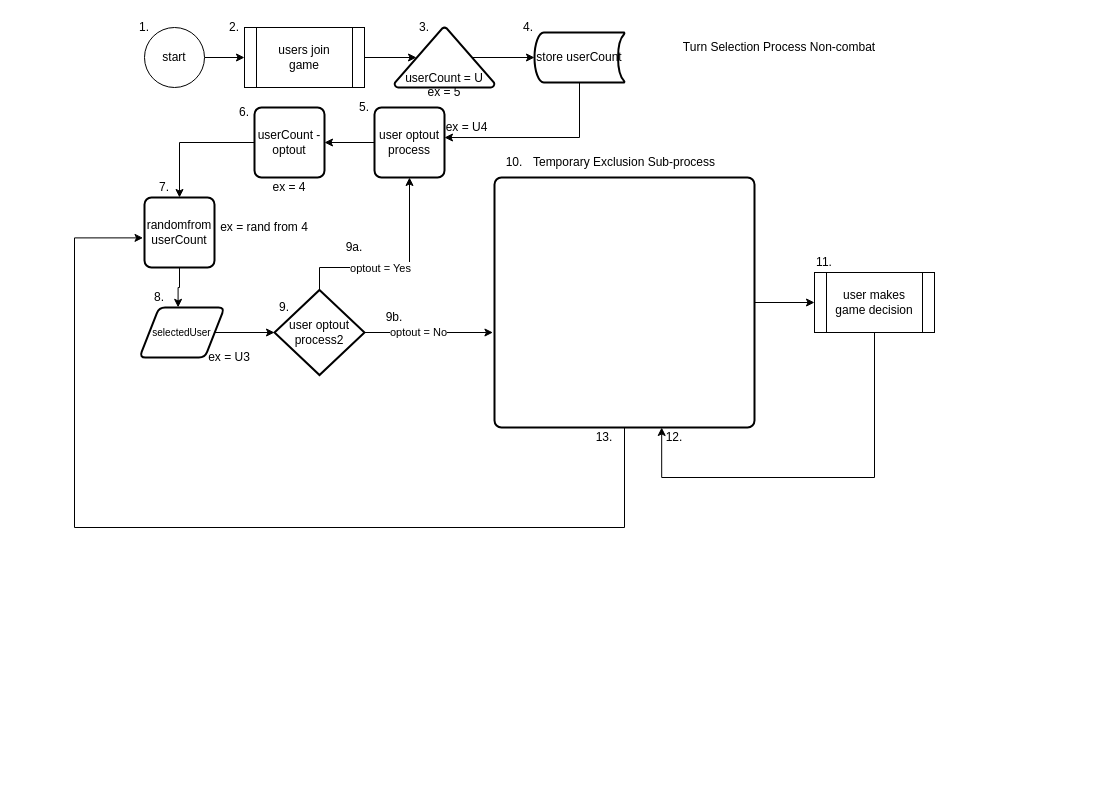
Above: Wireframes/project ilmatar phase2 flowChart turnSelectionProcessNoncombat 20201107.drawio in RPG-Research/bcirpg (draw.io), before the change. Source tidied: cells renumbered, new cells numbered last; positions are measured from the earlier drawing's top-left corner, leaving out a move shared by most shapes. Both pictures are drawn from the tidied source at 100%, with x=0, y=0 at pixel (74, 17).
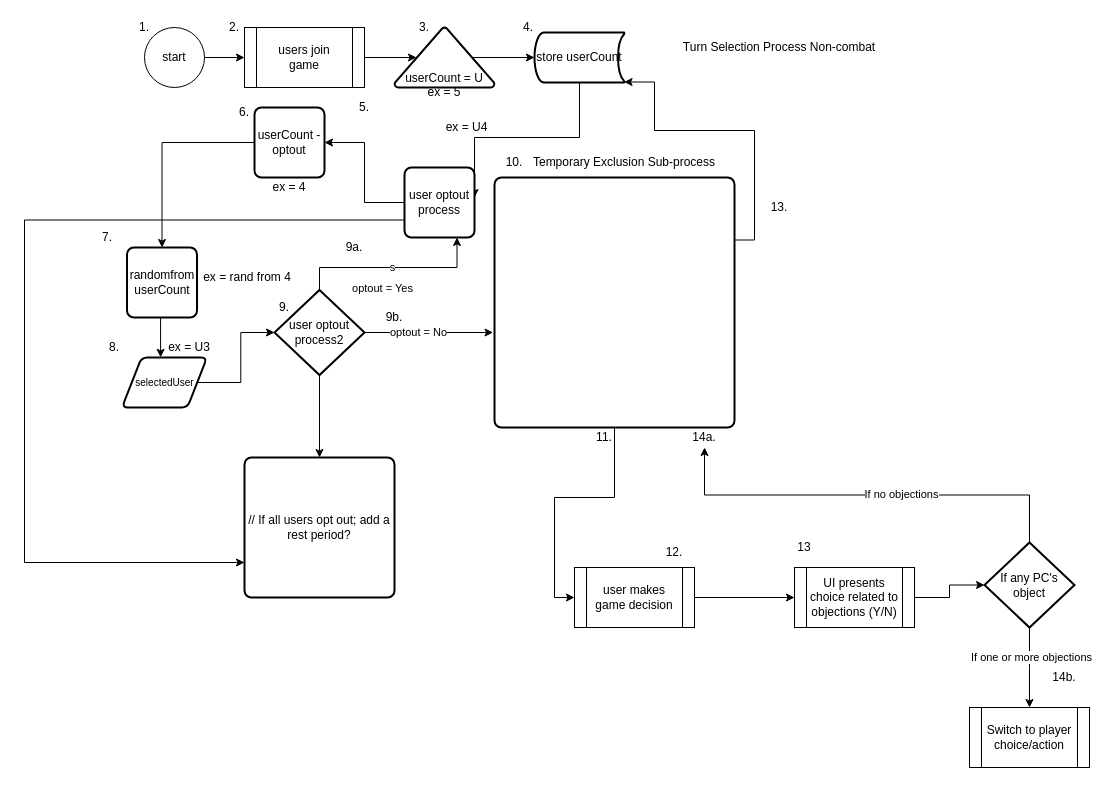
The same diagram, later.

Unchanged cells that the change refers to:
```xml
<mxCell id="8" value="store userCount" style="strokeWidth=2;html=1;shape=mxgraph.flowchart.stored_data;whiteSpace=wrap;" parent="1" vertex="1">
  <mxGeometry x="460" y="15" width="90" height="50" as="geometry" />
</mxCell>
<mxCell id="32" value="user optout process2" style="strokeWidth=2;html=1;shape=mxgraph.flowchart.decision;whiteSpace=wrap;" parent="1" vertex="1">
  <mxGeometry x="200" y="272.5" width="90" height="85" as="geometry" />
</mxCell>
```

Change to the diagram source:
```diff
@@
     <mxCell id="12" value="randomfrom userCount" style="rounded=1;whiteSpace=wrap;html=1;absoluteArcSize=1;arcSize=14;strokeWidth=2;" parent="1" vertex="1">
-      <mxGeometry x="70" y="180" width="70" height="70" as="geometry" />
+      <mxGeometry x="52.5" y="230" width="70" height="70" as="geometry" />
     </mxCell>
@@
-    <mxCell id="14" style="edgeStyle=orthogonalEdgeStyle;rounded=0;jettySize=auto;html=1;entryX=-0.021;entryY=0.577;entryDx=0;entryDy=0;entryPerimeter=0;" parent="1" edge="1" source="15" target="12">
-      <mxGeometry relative="1" as="geometry">
-        <Array as="points">
-          <mxPoint x="550" y="510" />
-          <mxPoint y="510" />
-          <mxPoint y="220" />
-        </Array>
-      </mxGeometry>
-    </mxCell>
+    <mxCell id="50" style="edgeStyle=orthogonalEdgeStyle;rounded=0;jettySize=auto;html=1;exitX=1;exitY=0.25;exitDx=0;exitDy=0;entryX=0.995;entryY=0.99;entryDx=0;entryDy=0;entryPerimeter=0;" parent="1" edge="1" source="15" target="8">
+      <mxGeometry relative="1" as="geometry">
+        <Array as="points">
+          <mxPoint x="680" y="223" />
+          <mxPoint x="680" y="113" />
+          <mxPoint x="580" y="113" />
+          <mxPoint x="580" y="65" />
+        </Array>
+      </mxGeometry>
+    </mxCell>
     <mxCell id="15" style="rounded=1;whiteSpace=wrap;html=1;absoluteArcSize=1;arcSize=14;strokeWidth=2;" parent="1" vertex="1">
-      <mxGeometry x="420" y="160" width="260" height="250" as="geometry" />
+      <mxGeometry x="420" y="160" width="240" height="250" as="geometry" />
     </mxCell>
@@
     <mxCell id="18" value="&lt;div style=&quot;font-size: 10px&quot;&gt;&lt;font style=&quot;font-size: 10px&quot;&gt;selectedUser&lt;/font&gt;&lt;/div&gt;" style="shape=parallelogram;html=1;strokeWidth=2;perimeter=parallelogramPerimeter;whiteSpace=wrap;rounded=1;arcSize=12;size=0.23;" parent="1" vertex="1">
-      <mxGeometry x="65" y="290" width="85" height="50" as="geometry" />
+      <mxGeometry x="47.5" y="340" width="85" height="50" as="geometry" />
     </mxCell>
     <mxCell id="19" value="ex = U3" style="text;html=1;strokeColor=none;fillColor=none;align=center;verticalAlign=middle;whiteSpace=wrap;rounded=0;" parent="1" vertex="1">
-      <mxGeometry x="130" y="330" width="50" height="20" as="geometry" />
+      <mxGeometry x="90" y="320" width="50" height="20" as="geometry" />
     </mxCell>
@@
+    <mxCell id="51" style="edgeStyle=orthogonalEdgeStyle;rounded=0;jettySize=auto;html=1;entryX=0;entryY=0.75;entryDx=0;entryDy=0;exitX=0;exitY=0.75;exitDx=0;exitDy=0;" parent="1" edge="1" source="22" target="54">
+      <mxGeometry relative="1" as="geometry">
+        <Array as="points">
+          <mxPoint x="-50" y="203" />
+          <mxPoint x="-50" y="545" />
+        </Array>
+      </mxGeometry>
+    </mxCell>
     <mxCell id="22" value="user optout process" style="rounded=1;whiteSpace=wrap;html=1;absoluteArcSize=1;arcSize=14;strokeWidth=2;" parent="1" vertex="1">
-      <mxGeometry x="300" y="90" width="70" height="70" as="geometry" />
+      <mxGeometry x="330" y="150" width="70" height="70" as="geometry" />
     </mxCell>
@@
     <mxCell id="27" value="ex = rand from 4" style="text;html=1;strokeColor=none;fillColor=none;align=center;verticalAlign=middle;whiteSpace=wrap;rounded=0;" parent="1" vertex="1">
-      <mxGeometry x="140" y="200" width="100" height="20" as="geometry" />
+      <mxGeometry x="122.5" y="250" width="100" height="20" as="geometry" />
     </mxCell>
-    <mxCell id="28" style="edgeStyle=orthogonalEdgeStyle;rounded=0;jettySize=auto;html=1;entryX=0.5;entryY=1;entryDx=0;entryDy=0;" parent="1" edge="1" source="32" target="22">
+    <mxCell id="28" value="s" style="edgeStyle=orthogonalEdgeStyle;rounded=0;jettySize=auto;html=1;entryX=0.75;entryY=1;entryDx=0;entryDy=0;" parent="1" edge="1" source="32" target="22">
       <mxGeometry relative="1" as="geometry">
         <Array as="points">
           <mxPoint x="245" y="250" />
-          <mxPoint x="335" y="250" />
+          <mxPoint x="383" y="250" />
         </Array>
       </mxGeometry>
     </mxCell>
     <mxCell id="29" value="optout = Yes" style="edgeLabel;html=1;align=center;verticalAlign=middle;" parent="28" vertex="1">
-      <mxGeometry x="-0.18" relative="1" as="geometry" />
+      <mxGeometry x="-0.18" relative="1" as="geometry">
+        <mxPoint x="6.5" y="20" as="offset" />
+      </mxGeometry>
     </mxCell>
@@
+    <mxCell id="52" style="edgeStyle=orthogonalEdgeStyle;rounded=0;jettySize=auto;html=1;exitX=0.5;exitY=1;exitDx=0;exitDy=0;exitPerimeter=0;entryX=0.5;entryY=0;entryDx=0;entryDy=0;" parent="1" edge="1" source="32" target="54">
+      <mxGeometry relative="1" as="geometry" />
+    </mxCell>
@@
-    <mxCell id="33" style="edgeStyle=orthogonalEdgeStyle;rounded=0;jettySize=auto;html=1;entryX=0.643;entryY=1;entryDx=0;entryDy=0;entryPerimeter=0;" parent="1" edge="1" source="34" target="15">
-      <mxGeometry relative="1" as="geometry">
-        <Array as="points">
-          <mxPoint x="800" y="460" />
-          <mxPoint x="587" y="460" />
-        </Array>
-      </mxGeometry>
-    </mxCell>
+    <mxCell id="53" style="edgeStyle=orthogonalEdgeStyle;rounded=0;jettySize=auto;html=1;entryX=0;entryY=0.5;entryDx=0;entryDy=0;" parent="1" edge="1" source="34" target="56">
+      <mxGeometry relative="1" as="geometry" />
+    </mxCell>
     <mxCell id="34" value="user makes game decision" style="shape=process;whiteSpace=wrap;html=1;backgroundOutline=1;" parent="1" vertex="1">
-      <mxGeometry x="740" y="255" width="120" height="60" as="geometry" />
+      <mxGeometry x="500" y="550" width="120" height="60" as="geometry" />
     </mxCell>
@@
     <mxCell id="41" value="7." style="text;html=1;strokeColor=none;fillColor=none;align=center;verticalAlign=middle;whiteSpace=wrap;rounded=0;" parent="1" vertex="1">
-      <mxGeometry x="70" y="160" width="40" height="20" as="geometry" />
+      <mxGeometry x="12.5" y="210" width="40" height="20" as="geometry" />
     </mxCell>
     <mxCell id="42" value="8." style="text;html=1;strokeColor=none;fillColor=none;align=center;verticalAlign=middle;whiteSpace=wrap;rounded=0;" parent="1" vertex="1">
-      <mxGeometry x="65" y="270" width="40" height="20" as="geometry" />
+      <mxGeometry x="20" y="320" width="40" height="20" as="geometry" />
     </mxCell>
@@
-    <mxCell id="47" value="11." style="text;html=1;strokeColor=none;fillColor=none;align=center;verticalAlign=middle;whiteSpace=wrap;rounded=0;" parent="1" vertex="1">
-      <mxGeometry x="730" y="235" width="40" height="20" as="geometry" />
+    <mxCell id="47" value="13." style="text;html=1;strokeColor=none;fillColor=none;align=center;verticalAlign=middle;whiteSpace=wrap;rounded=0;" parent="1" vertex="1">
+      <mxGeometry x="685" y="180" width="40" height="20" as="geometry" />
     </mxCell>
-    <mxCell id="48" value="12." style="text;html=1;strokeColor=none;fillColor=none;align=center;verticalAlign=middle;whiteSpace=wrap;rounded=0;" parent="1" vertex="1">
-      <mxGeometry x="580" y="410" width="40" height="20" as="geometry" />
+    <mxCell id="48" value="14a." style="text;html=1;strokeColor=none;fillColor=none;align=center;verticalAlign=middle;whiteSpace=wrap;rounded=0;" parent="1" vertex="1">
+      <mxGeometry x="610" y="410" width="40" height="20" as="geometry" />
     </mxCell>
-    <mxCell id="49" value="13." style="text;html=1;strokeColor=none;fillColor=none;align=center;verticalAlign=middle;whiteSpace=wrap;rounded=0;" parent="1" vertex="1">
+    <mxCell id="49" value="11." style="text;html=1;strokeColor=none;fillColor=none;align=center;verticalAlign=middle;whiteSpace=wrap;rounded=0;" parent="1" vertex="1">
       <mxGeometry x="510" y="410" width="40" height="20" as="geometry" />
     </mxCell>
+    <mxCell id="54" value="// If all users opt out; add a rest period?" style="rounded=1;whiteSpace=wrap;html=1;absoluteArcSize=1;arcSize=14;strokeWidth=2;" parent="1" vertex="1">
+      <mxGeometry x="170" y="440" width="150" height="140" as="geometry" />
+    </mxCell>
+    <mxCell id="55" style="edgeStyle=orthogonalEdgeStyle;rounded=0;jettySize=auto;html=1;entryX=0;entryY=0.5;entryDx=0;entryDy=0;entryPerimeter=0;" parent="1" edge="1" source="56" target="61">
+      <mxGeometry relative="1" as="geometry" />
+    </mxCell>
+    <mxCell id="56" value="UI presents choice related to objections (Y/N)" style="shape=process;whiteSpace=wrap;html=1;backgroundOutline=1;" parent="1" vertex="1">
+      <mxGeometry x="720" y="550" width="120" height="60" as="geometry" />
+    </mxCell>
+    <mxCell id="57" style="edgeStyle=orthogonalEdgeStyle;rounded=0;jettySize=auto;html=1;exitX=0.5;exitY=0;exitDx=0;exitDy=0;exitPerimeter=0;" parent="1" edge="1" source="61" target="48">
+      <mxGeometry relative="1" as="geometry" />
+    </mxCell>
+    <mxCell id="58" value="If no objections" style="edgeLabel;html=1;align=center;verticalAlign=middle;" parent="57" vertex="1">
+      <mxGeometry x="-0.16" y="-1" relative="1" as="geometry" />
+    </mxCell>
+    <mxCell id="59" style="edgeStyle=orthogonalEdgeStyle;rounded=0;jettySize=auto;html=1;" parent="1" edge="1" source="61">
+      <mxGeometry relative="1" as="geometry">
+        <mxPoint x="955" y="690" as="targetPoint" />
+      </mxGeometry>
+    </mxCell>
+    <mxCell id="60" value="If one or more objections" style="edgeLabel;html=1;align=center;verticalAlign=middle;" parent="59" vertex="1">
+      <mxGeometry x="-0.28" y="1" relative="1" as="geometry" />
+    </mxCell>
+    <mxCell id="61" value="&lt;span&gt;If any PC's object&lt;/span&gt;" style="strokeWidth=2;html=1;shape=mxgraph.flowchart.decision;whiteSpace=wrap;" parent="1" vertex="1">
+      <mxGeometry x="910" y="525" width="90" height="85" as="geometry" />
+    </mxCell>
+    <mxCell id="62" value="Switch to player choice/action" style="shape=process;whiteSpace=wrap;html=1;backgroundOutline=1;" parent="1" vertex="1">
+      <mxGeometry x="895" y="690" width="120" height="60" as="geometry" />
+    </mxCell>
+    <mxCell id="63" value="12." style="text;html=1;strokeColor=none;fillColor=none;align=center;verticalAlign=middle;whiteSpace=wrap;rounded=0;" parent="1" vertex="1">
+      <mxGeometry x="580" y="525" width="40" height="20" as="geometry" />
+    </mxCell>
+    <mxCell id="64" value="13" style="text;html=1;strokeColor=none;fillColor=none;align=center;verticalAlign=middle;whiteSpace=wrap;rounded=0;" parent="1" vertex="1">
+      <mxGeometry x="710" y="520" width="40" height="20" as="geometry" />
+    </mxCell>
+    <mxCell id="65" value="14b." style="text;html=1;strokeColor=none;fillColor=none;align=center;verticalAlign=middle;whiteSpace=wrap;rounded=0;" parent="1" vertex="1">
+      <mxGeometry x="970" y="650" width="40" height="20" as="geometry" />
+    </mxCell>
```
